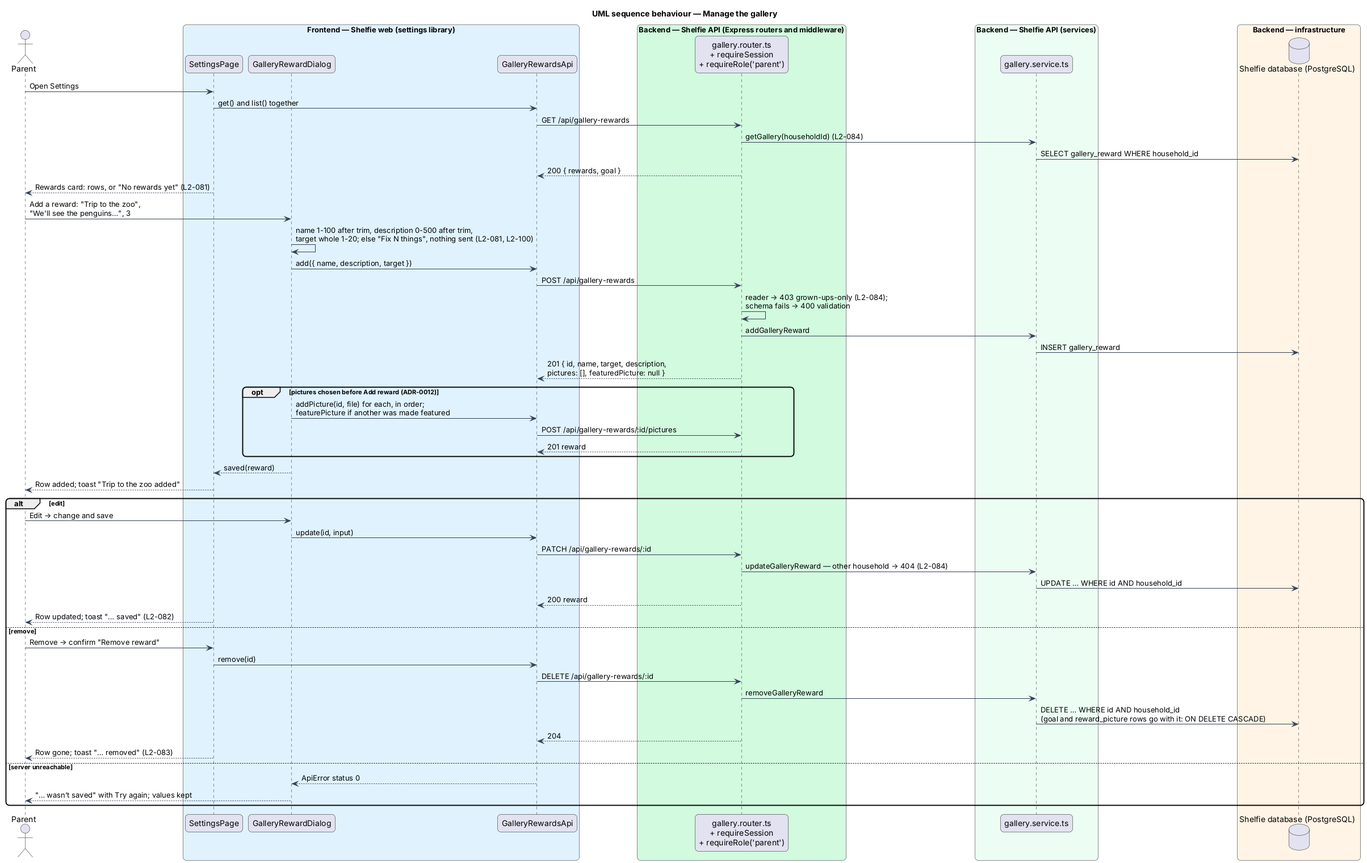
Above: docs/detailed-designs/review/reward-gallery/diagrams/sequence-manage-gallery.png in QuinntyneBrown/shelfie (PlantUML), before the change.
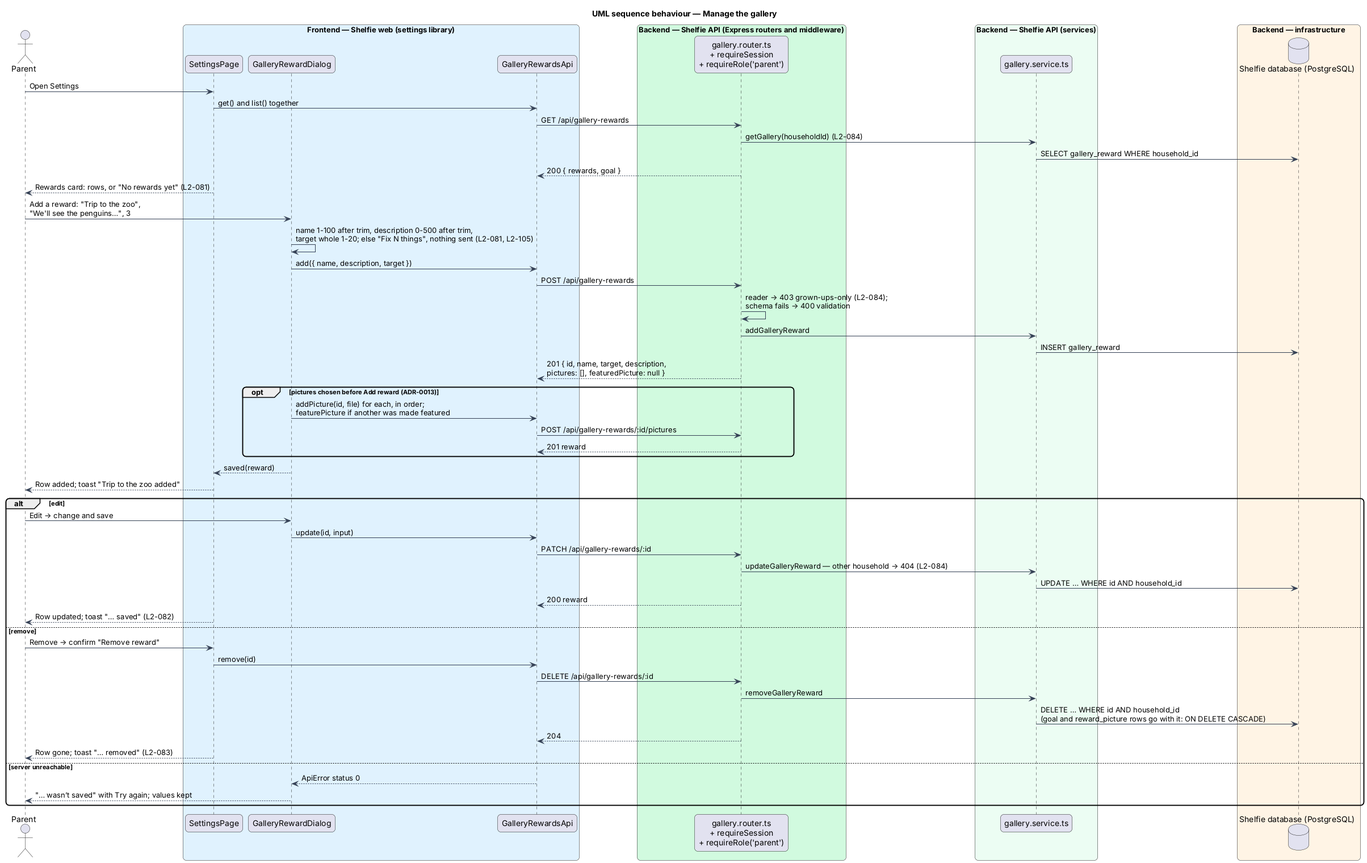
The same diagram one commit later.

Change to the diagram source:
```diff
@@ -29,14 +29,14 @@
 router --> client : 200 { rewards, goal }
 page --> parent : Rewards card: rows, or "No rewards yet" (L2-081)
 parent -> dialog : Add a reward: "Trip to the zoo",\n"We'll see the penguins…", 3
-dialog -> dialog : name 1-100 after trim, description 0-500 after trim,\ntarget whole 1-20; else "Fix N things", nothing sent (L2-081, L2-100)
+dialog -> dialog : name 1-100 after trim, description 0-500 after trim,\ntarget whole 1-20; else "Fix N things", nothing sent (L2-081, L2-105)
 dialog -> client : add({ name, description, target })
 client -> router : POST /api/gallery-rewards
 router -> router : reader → 403 grown-ups-only (L2-084);\nschema fails → 400 validation
 router -> service : addGalleryReward
 service -> db : INSERT gallery_reward
 router --> client : 201 { id, name, target, description,\npictures: [], featuredPicture: null }
-opt pictures chosen before Add reward (ADR-0012)
+opt pictures chosen before Add reward (ADR-0013)
   dialog -> client : addPicture(id, file) for each, in order;\nfeaturePicture if another was made featured
   client -> router : POST /api/gallery-rewards/:id/pictures
   router --> client : 201 reward
```
